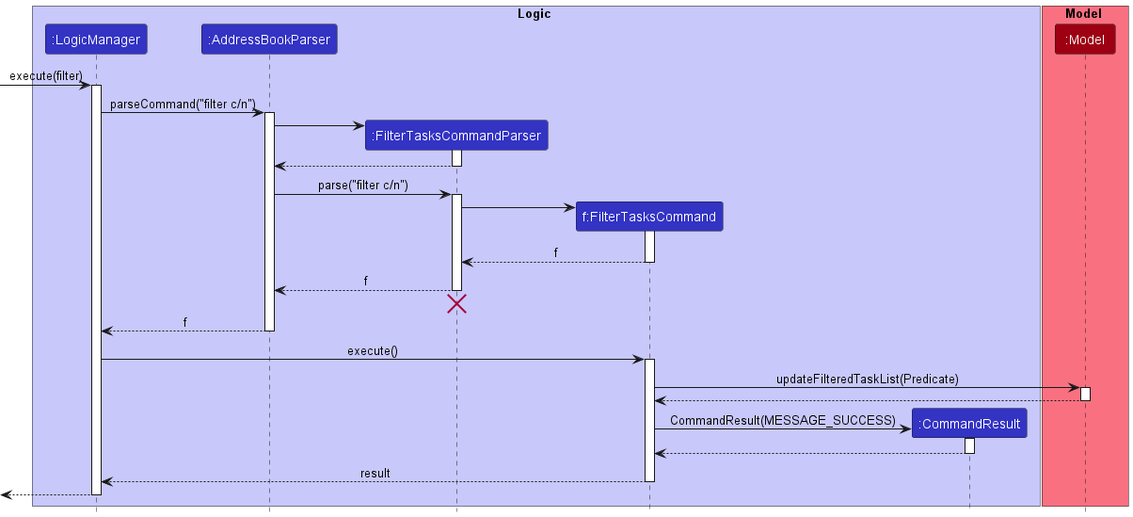
Above: docs/images/FilterSequenceDiagram.png in nus-cs2103-AY2223S1/tp (PlantUML), before the change. Its diagram source:
```plantuml
@startuml
!include style.puml

box Logic LOGIC_COLOR_T1
participant ":LogicManager" as LogicManager LOGIC_COLOR
participant ":AddressBookParser" as AddressBookParser LOGIC_COLOR
participant ":FilterTasksCommandParser" as FilterTasksCommandParser LOGIC_COLOR
participant "f:FilterTasksCommand" as FilterTasksCommand LOGIC_COLOR
participant ":CommandResult" as CommandResult LOGIC_COLOR
end box

box Model MODEL_COLOR_T1
participant ":Model" as Model MODEL_COLOR
end box

[-> LogicManager : execute(filter)
activate LogicManager

LogicManager -> AddressBookParser : parseCommand("filter c/n")
activate AddressBookParser

create FilterTasksCommandParser
AddressBookParser -> FilterTasksCommandParser
activate FilterTasksCommandParser

FilterTasksCommandParser --> AddressBookParser
deactivate FilterTasksCommandParser

AddressBookParser -> FilterTasksCommandParser : parse("filter c/n")
activate FilterTasksCommandParser

create FilterTasksCommand
FilterTasksCommandParser -> FilterTasksCommand
activate FilterTasksCommand

FilterTasksCommand --> FilterTasksCommandParser : f
deactivate FilterTasksCommand

FilterTasksCommandParser --> AddressBookParser : f
deactivate FilterTasksCommandParser

FilterTasksCommandParser [hidden]--> AddressBookParser
destroy FilterTasksCommandParser

AddressBookParser --> LogicManager : f
deactivate AddressBookParser

LogicManager -> FilterTasksCommand : execute()
activate FilterTasksCommand

FilterTasksCommand -> Model : updateFilteredTaskList(Predicate)
activate Model

Model --> FilterTasksCommand
deactivate Model

create CommandResult
FilterTasksCommand -> CommandResult : CommandResult(MESSAGE_SUCCESS)
activate CommandResult

CommandResult --> FilterTasksCommand
deactivate CommandResult

FilterTasksCommand --> LogicManager : result
deactivate FilterTasksCommand

[<--LogicManager
deactivate LogicManager
@enduml
```
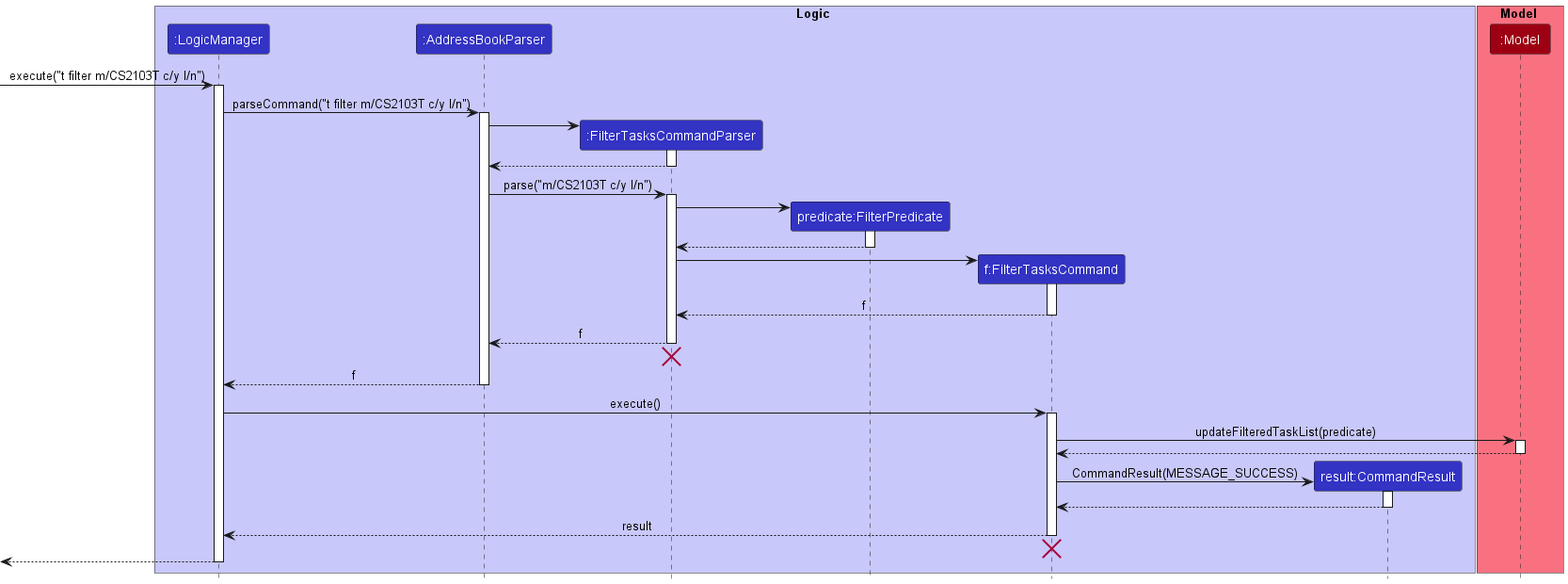
The same diagram one commit later.

The edit, as a diff of the source:
```diff
@@ -5,18 +5,19 @@
 participant ":LogicManager" as LogicManager LOGIC_COLOR
 participant ":AddressBookParser" as AddressBookParser LOGIC_COLOR
 participant ":FilterTasksCommandParser" as FilterTasksCommandParser LOGIC_COLOR
+participant "predicate:FilterPredicate" as FilterPredicate LOGIC_COLOR
 participant "f:FilterTasksCommand" as FilterTasksCommand LOGIC_COLOR
-participant ":CommandResult" as CommandResult LOGIC_COLOR
+participant "result:CommandResult" as CommandResult LOGIC_COLOR
 end box
 
 box Model MODEL_COLOR_T1
 participant ":Model" as Model MODEL_COLOR
 end box
 
-[-> LogicManager : execute(filter)
+[-> LogicManager : execute("t filter m/CS2103T c/y l/n")
 activate LogicManager
 
-LogicManager -> AddressBookParser : parseCommand("filter c/n")
+LogicManager -> AddressBookParser : parseCommand("t filter m/CS2103T c/y l/n")
 activate AddressBookParser
 
 create FilterTasksCommandParser
@@ -26,8 +27,15 @@
 FilterTasksCommandParser --> AddressBookParser
 deactivate FilterTasksCommandParser
 
-AddressBookParser -> FilterTasksCommandParser : parse("filter c/n")
+AddressBookParser -> FilterTasksCommandParser : parse("m/CS2103T c/y l/n")
 activate FilterTasksCommandParser
+
+create FilterPredicate
+FilterTasksCommandParser -> FilterPredicate
+activate FilterPredicate
+
+FilterPredicate --> FilterTasksCommandParser
+deactivate FilterPredicate
 
 create FilterTasksCommand
 FilterTasksCommandParser -> FilterTasksCommand
@@ -48,7 +56,7 @@
 LogicManager -> FilterTasksCommand : execute()
 activate FilterTasksCommand
 
-FilterTasksCommand -> Model : updateFilteredTaskList(Predicate)
+FilterTasksCommand -> Model : updateFilteredTaskList(predicate)
 activate Model
 
 Model --> FilterTasksCommand
@@ -64,6 +72,9 @@
 FilterTasksCommand --> LogicManager : result
 deactivate FilterTasksCommand
 
+FilterTasksCommand -[hidden]-> LogicManager
+destroy FilterTasksCommand
+
 [<--LogicManager
 deactivate LogicManager
 @enduml
```
